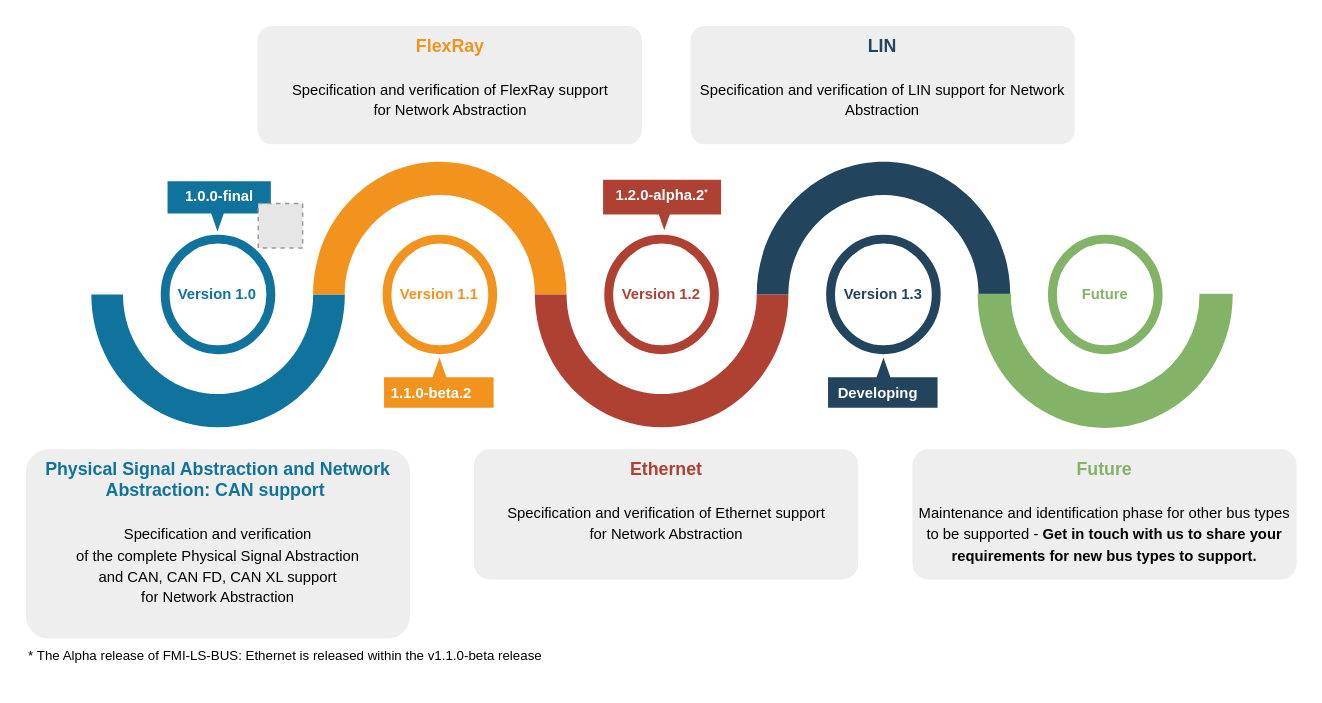
Before: roadmap.drawio in modelica/fmi-ls-bus, a draw.io diagram. Source tidied: cells renumbered, new cells numbered last; positions are measured from the earlier drawing's top-left corner, leaving out a move shared by most shapes. Both pictures are drawn from the tidied source at 148%, with x=0, y=0 at pixel (25, 25). Pictures stored in the file or linked from it are replaced by grey dashed boxes.
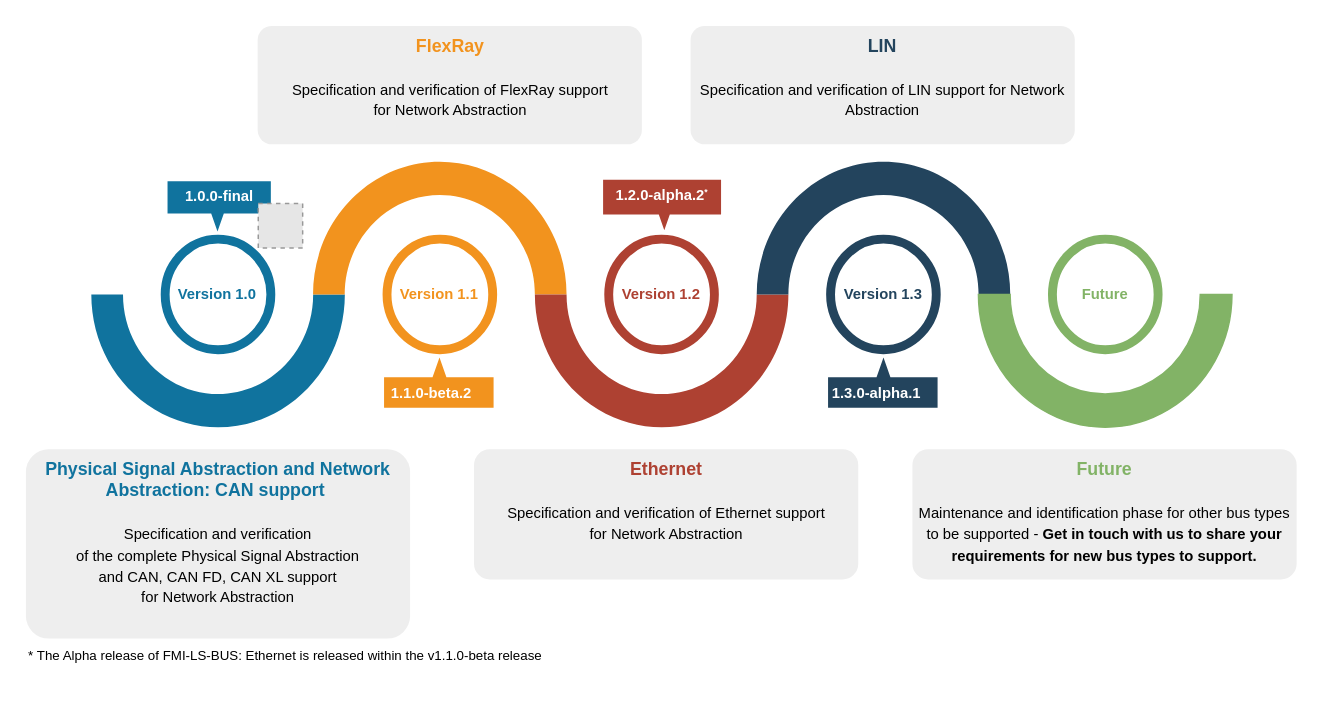
After the change.

Commit message (it also covers changes not shown here):
Doing some release preparations for 1.3.0-alpha.1

What changed in the source:
```diff
@@
-    <mxCell id="24" value="&lt;b style=&quot;text-wrap-mode: wrap;&quot;&gt;Developing&lt;/b&gt;" style="text;strokeColor=none;fillColor=none;html=1;fontSize=10;fontStyle=1;verticalAlign=middle;align=left;fontColor=#FFFFFF;whiteSpace=wrap;" parent="1" vertex="1">
-      <mxGeometry x="547" y="232" width="100" height="31" as="geometry" />
+    <mxCell id="24" value="&lt;b style=&quot;text-wrap-mode: wrap;&quot;&gt;1.3.0-alpha.1&lt;/b&gt;" style="text;strokeColor=none;fillColor=none;html=1;fontSize=10;fontStyle=1;verticalAlign=middle;align=left;fontColor=#FFFFFF;whiteSpace=wrap;" parent="1" vertex="1">
+      <mxGeometry x="543" y="232" width="100" height="31" as="geometry" />
     </mxCell>
```
